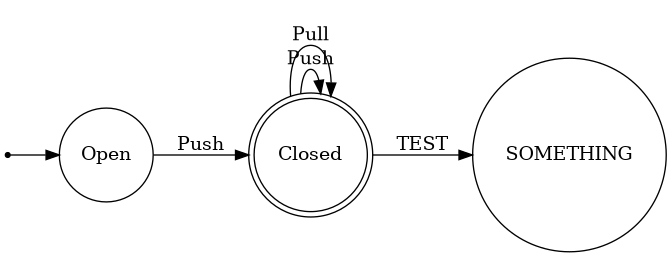
The Graphviz diagram bin/graph.png in P4-Group2-Compiler/P4-State-Lang, before a commit. Its source is kept beside it as bin/graph.gv.
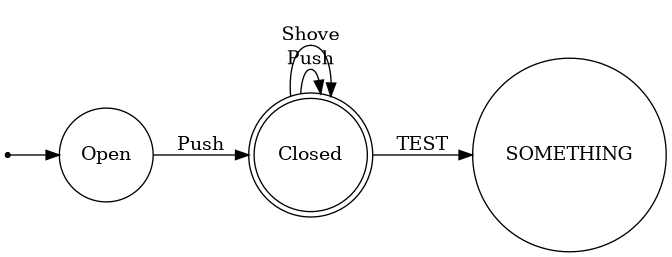
After the change.

Diff of the diagram source:
```diff
@@ -5,7 +5,7 @@
 null -> Open;
 Open -> Closed [label="Push"];
 Closed -> Closed [label="Push"];
-Closed -> Closed [label="Pull"];
+Closed -> Closed [label="Shove"];
 Closed -> SOMETHING [label="TEST"];
 Closed [shape = doublecircle;];
 }
```
